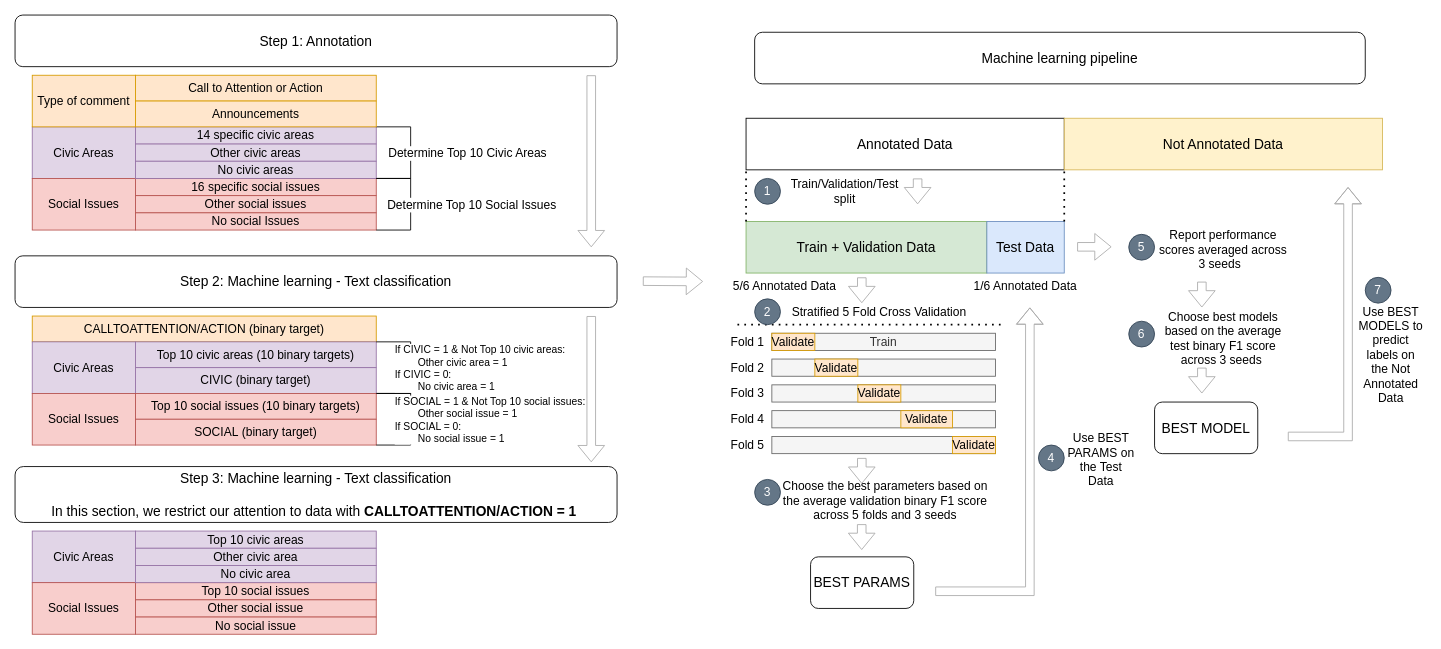
Earlier version of the draw.io diagram LocalGovKFold.drawio (changgge/changgge). Source tidied: cells renumbered, new cells numbered last; positions are measured from the earlier drawing's top-left corner, leaving out a move shared by most shapes. Both pictures are drawn from the tidied source at 86%, with x=0, y=0 at pixel (15, 15).
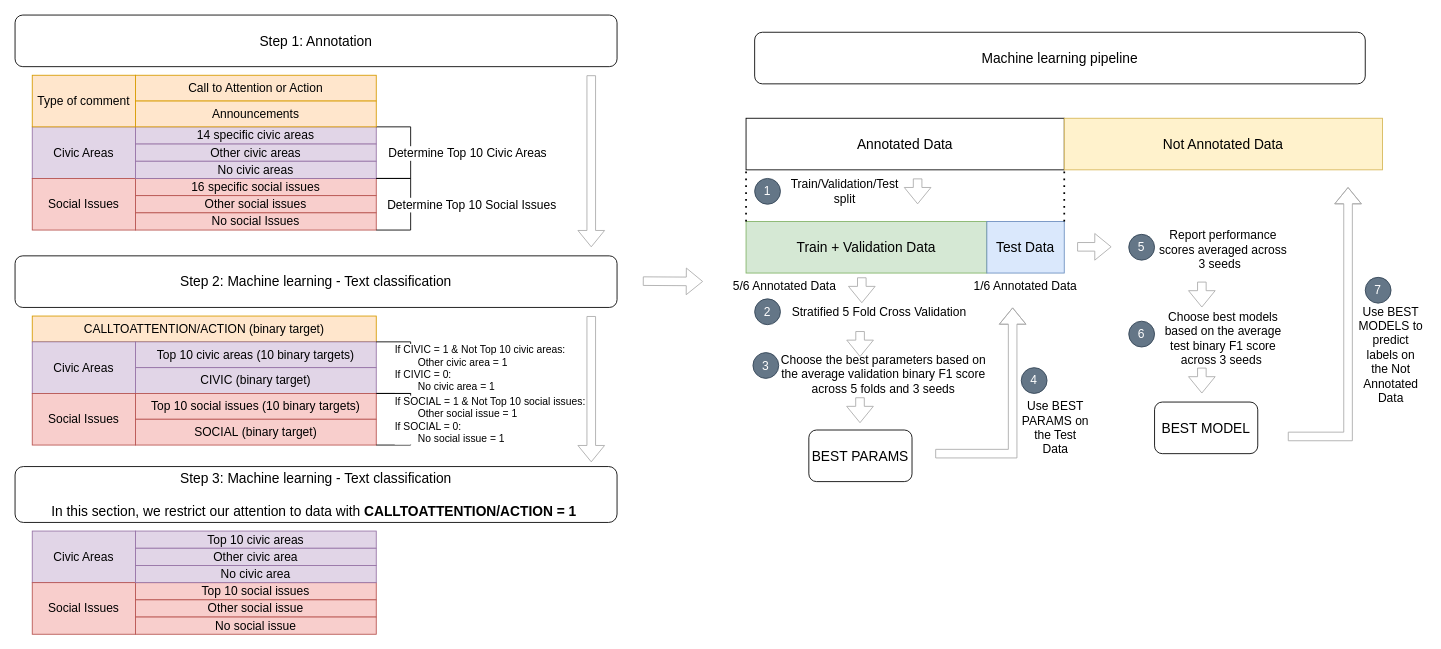
Above is the later version.

The edit, as a diff of the source:
```diff
@@
-    <mxCell id="8" value="Train" style="rounded=0;whiteSpace=wrap;html=1;fillColor=#f5f5f5;fontColor=#333333;strokeColor=#666666;fontSize=14;" parent="1" vertex="1">
-      <mxGeometry x="880" y="370" width="260" height="20" as="geometry" />
-    </mxCell>
-    <mxCell id="9" value="Validate" style="rounded=0;whiteSpace=wrap;html=1;fillColor=#ffe6cc;strokeColor=#d79b00;fontSize=14;" parent="1" vertex="1">
-      <mxGeometry x="880" y="370" width="50" height="20" as="geometry" />
-    </mxCell>
-    <mxCell id="10" style="rounded=0;whiteSpace=wrap;html=1;fillColor=#f5f5f5;fontColor=#333333;strokeColor=#666666;fontSize=14;" parent="1" vertex="1">
-      <mxGeometry x="880" y="400" width="260" height="20" as="geometry" />
-    </mxCell>
-    <mxCell id="11" style="rounded=0;whiteSpace=wrap;html=1;fillColor=#f5f5f5;fontColor=#333333;strokeColor=#666666;fontSize=14;" parent="1" vertex="1">
-      <mxGeometry x="880" y="430" width="260" height="20" as="geometry" />
-    </mxCell>
-    <mxCell id="12" style="rounded=0;whiteSpace=wrap;html=1;fillColor=#f5f5f5;fontColor=#333333;strokeColor=#666666;fontSize=14;" parent="1" vertex="1">
-      <mxGeometry x="880" y="460" width="260" height="20" as="geometry" />
-    </mxCell>
-    <mxCell id="13" style="rounded=0;whiteSpace=wrap;html=1;fillColor=#f5f5f5;fontColor=#333333;strokeColor=#666666;fontSize=14;" parent="1" vertex="1">
-      <mxGeometry x="880" y="490" width="260" height="20" as="geometry" />
-    </mxCell>
-    <mxCell id="14" value="Validate" style="rounded=0;whiteSpace=wrap;html=1;fillColor=#ffe6cc;strokeColor=#d79b00;fontSize=14;" parent="1" vertex="1">
-      <mxGeometry x="930" y="400" width="50" height="20" as="geometry" />
-    </mxCell>
-    <mxCell id="15" value="Validate" style="rounded=0;whiteSpace=wrap;html=1;fillColor=#ffe6cc;strokeColor=#d79b00;fontSize=14;" parent="1" vertex="1">
-      <mxGeometry x="980" y="430" width="50" height="20" as="geometry" />
-    </mxCell>
-    <mxCell id="16" value="Validate" style="rounded=0;whiteSpace=wrap;html=1;fillColor=#ffe6cc;strokeColor=#d79b00;fontSize=14;" parent="1" vertex="1">
-      <mxGeometry x="1090" y="490" width="50" height="20" as="geometry" />
-    </mxCell>
-    <mxCell id="17" value="Validate" style="rounded=0;whiteSpace=wrap;html=1;fillColor=#ffe6cc;strokeColor=#d79b00;fontSize=14;" parent="1" vertex="1">
-      <mxGeometry x="1030" y="460" width="60" height="20" as="geometry" />
-    </mxCell>
-    <mxCell id="18" value="Fold 1" style="text;html=1;align=center;verticalAlign=middle;whiteSpace=wrap;rounded=0;fontSize=14;" parent="1" vertex="1">
-      <mxGeometry x="822" y="365" width="60" height="30" as="geometry" />
-    </mxCell>
-    <mxCell id="19" value="Fold 2" style="text;html=1;align=center;verticalAlign=middle;whiteSpace=wrap;rounded=0;fontSize=14;" parent="1" vertex="1">
-      <mxGeometry x="822" y="395" width="60" height="30" as="geometry" />
-    </mxCell>
-    <mxCell id="20" value="Fold 3" style="text;html=1;align=center;verticalAlign=middle;whiteSpace=wrap;rounded=0;fontSize=14;" parent="1" vertex="1">
-      <mxGeometry x="822" y="425" width="60" height="30" as="geometry" />
-    </mxCell>
-    <mxCell id="21" value="Fold 4" style="text;html=1;align=center;verticalAlign=middle;whiteSpace=wrap;rounded=0;fontSize=14;" parent="1" vertex="1">
-      <mxGeometry x="822" y="455" width="60" height="30" as="geometry" />
-    </mxCell>
-    <mxCell id="22" value="Fold 5" style="text;html=1;align=center;verticalAlign=middle;whiteSpace=wrap;rounded=0;fontSize=14;" parent="1" vertex="1">
-      <mxGeometry x="822" y="485" width="60" height="30" as="geometry" />
-    </mxCell>
@@
-    <mxCell id="27" style="endArrow=none;dashed=1;html=1;dashPattern=1 3;strokeWidth=2;rounded=0;fontSize=14;" parent="1" edge="1">
-      <mxGeometry relative="1" as="geometry">
-        <mxPoint x="840" y="360" as="sourcePoint" />
-        <mxPoint x="1150" y="360" as="targetPoint" />
-      </mxGeometry>
-    </mxCell>
     <mxCell id="28" style="shape=flexArrow;endArrow=classic;html=1;rounded=0;strokeColor=light-dark(#aaaaaa, #ededed);fontSize=14;" parent="1" edge="1">
       <mxGeometry relative="1" as="geometry">
-        <mxPoint x="984.6" y="515" as="sourcePoint" />
-        <mxPoint x="984.6" y="545" as="targetPoint" />
+        <mxPoint x="982.6" y="367.5" as="sourcePoint" />
+        <mxPoint x="982.6" y="397.5" as="targetPoint" />
       </mxGeometry>
     </mxCell>
     <mxCell id="29" value="Choose the best parameters based on the average validation binary F1 score across 5 folds and 3 seeds" style="text;html=1;align=center;verticalAlign=middle;whiteSpace=wrap;rounded=0;fontSize=14;" parent="1" vertex="1">
-      <mxGeometry x="882" y="530" width="260" height="70" as="geometry" />
+      <mxGeometry x="880" y="382.5" width="260" height="70" as="geometry" />
     </mxCell>
@@
     <mxCell id="31" value="BEST PARAMS" style="rounded=1;whiteSpace=wrap;html=1;fontSize=16;" parent="1" vertex="1">
-      <mxGeometry x="925" y="630" width="120" height="60" as="geometry" />
+      <mxGeometry x="923" y="482.5" width="120" height="60" as="geometry" />
     </mxCell>
     <mxCell id="32" style="shape=flexArrow;endArrow=classic;html=1;rounded=0;strokeColor=light-dark(#aaaaaa, #ededed);fontSize=14;" parent="1" edge="1">
       <mxGeometry relative="1" as="geometry">
-        <mxPoint x="1070" y="670" as="sourcePoint" />
-        <mxPoint x="1180" y="340" as="targetPoint" />
+        <mxPoint x="1070" y="510" as="sourcePoint" />
+        <mxPoint x="1160" y="340" as="targetPoint" />
         <Array as="points">
-          <mxPoint x="1180" y="670" />
+          <mxPoint x="1160" y="510" />
         </Array>
       </mxGeometry>
     </mxCell>
     <mxCell id="33" value="Use BEST PARAMS on the Test Data" style="text;html=1;align=center;verticalAlign=middle;whiteSpace=wrap;rounded=0;fontSize=14;" parent="1" vertex="1">
-      <mxGeometry x="1223" y="502" width="80" height="30" as="geometry" />
+      <mxGeometry x="1170" y="465" width="80" height="30" as="geometry" />
     </mxCell>
@@
     <mxCell id="38" style="shape=flexArrow;endArrow=classic;html=1;rounded=0;strokeColor=light-dark(#aaaaaa, #ededed);fontSize=14;" parent="1" edge="1">
       <mxGeometry relative="1" as="geometry">
-        <mxPoint x="984.5" y="592" as="sourcePoint" />
-        <mxPoint x="984.5" y="622" as="targetPoint" />
+        <mxPoint x="982.5" y="444.5" as="sourcePoint" />
+        <mxPoint x="982.5" y="474.5" as="targetPoint" />
       </mxGeometry>
     </mxCell>
@@
     <mxCell id="46" value="3" style="ellipse;whiteSpace=wrap;html=1;fillColor=#647687;fontColor=#ffffff;strokeColor=#314354;fontSize=14;" parent="1" vertex="1">
-      <mxGeometry x="860" y="540" width="30" height="30" as="geometry" />
+      <mxGeometry x="858" y="392.5" width="30" height="30" as="geometry" />
     </mxCell>
     <mxCell id="47" value="4" style="ellipse;whiteSpace=wrap;html=1;fillColor=#647687;fontColor=#ffffff;strokeColor=#314354;fontSize=14;" parent="1" vertex="1">
-      <mxGeometry x="1190" y="500" width="30" height="30" as="geometry" />
+      <mxGeometry x="1170" y="410" width="30" height="30" as="geometry" />
     </mxCell>
```
